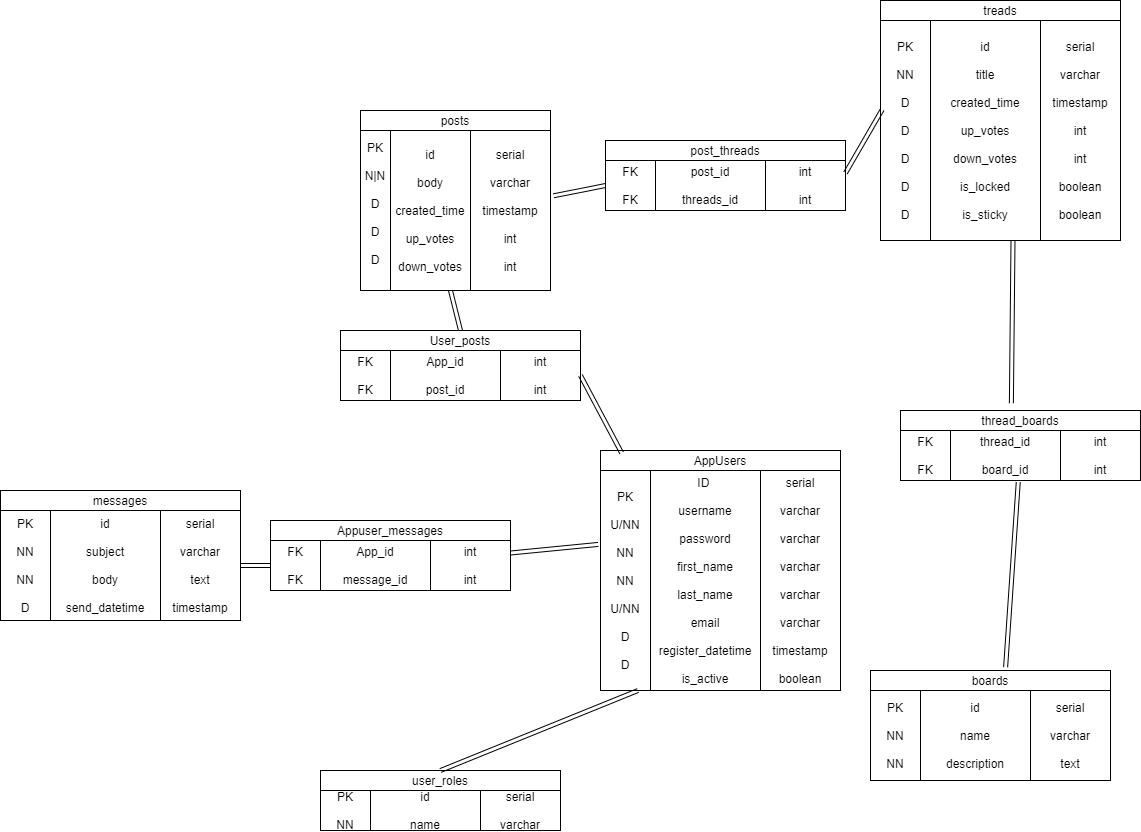
The draw.io diagram SQlChal/sqldraw.png in 210119-java-enterprise/assignments, before a commit. Source tidied: cells renumbered, new cells last; positions are measured from the earlier drawing's top-left corner, leaving out a move shared by most shapes.
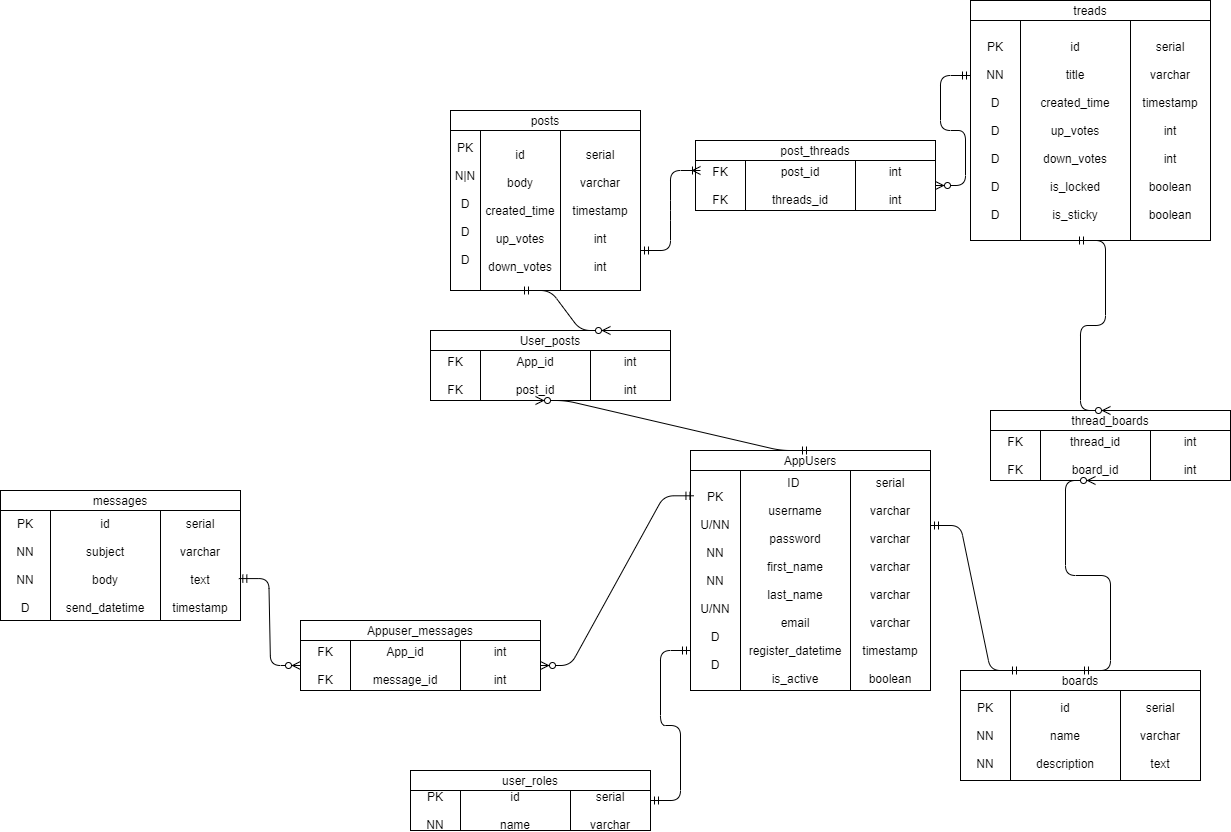
The same diagram one commit later.

Commit message:
not sure if this is right, need more practice

What changed in the source:
```diff
@@ -66,28 +66,28 @@
       <mxGeometry x="480" y="790" width="80" height="40" as="geometry" />
     </mxCell>
     <mxCell id="23" value="messages" style="rounded=0;whiteSpace=wrap;html=1;" parent="1" vertex="1">
-      <mxGeometry y="490" width="240" height="20" as="geometry" />
+      <mxGeometry x="-90" y="490" width="240" height="20" as="geometry" />
     </mxCell>
     <mxCell id="24" value="PK&lt;br&gt;&lt;br&gt;NN&lt;br&gt;&lt;br&gt;NN&lt;br&gt;&lt;br&gt;D" style="rounded=0;whiteSpace=wrap;html=1;" parent="1" vertex="1">
-      <mxGeometry y="510" width="50" height="110" as="geometry" />
+      <mxGeometry x="-90" y="510" width="50" height="110" as="geometry" />
     </mxCell>
     <mxCell id="25" value="id&lt;br&gt;&lt;br&gt;subject&lt;br&gt;&lt;br&gt;body&lt;br&gt;&lt;br&gt;send_datetime" style="rounded=0;whiteSpace=wrap;html=1;" parent="1" vertex="1">
-      <mxGeometry x="50" y="510" width="110" height="110" as="geometry" />
+      <mxGeometry x="-40" y="510" width="110" height="110" as="geometry" />
     </mxCell>
     <mxCell id="26" value="serial&lt;br&gt;&lt;br&gt;varchar&lt;br&gt;&lt;br&gt;text&lt;br&gt;&lt;br&gt;timestamp" style="rounded=0;whiteSpace=wrap;html=1;" parent="1" vertex="1">
-      <mxGeometry x="160" y="510" width="80" height="110" as="geometry" />
+      <mxGeometry x="70" y="510" width="80" height="110" as="geometry" />
     </mxCell>
     <mxCell id="27" value="Appuser_messages" style="rounded=0;whiteSpace=wrap;html=1;" parent="1" vertex="1">
-      <mxGeometry x="270" y="520" width="240" height="20" as="geometry" />
+      <mxGeometry x="210" y="620" width="240" height="20" as="geometry" />
     </mxCell>
     <mxCell id="28" value="FK&lt;br&gt;&lt;br&gt;FK" style="rounded=0;whiteSpace=wrap;html=1;" parent="1" vertex="1">
-      <mxGeometry x="270" y="540" width="50" height="50" as="geometry" />
+      <mxGeometry x="210" y="640" width="50" height="50" as="geometry" />
     </mxCell>
     <mxCell id="29" value="App_id&lt;br&gt;&lt;br&gt;message_id" style="rounded=0;whiteSpace=wrap;html=1;" parent="1" vertex="1">
-      <mxGeometry x="320" y="540" width="110" height="50" as="geometry" />
+      <mxGeometry x="260" y="640" width="110" height="50" as="geometry" />
     </mxCell>
     <mxCell id="30" value="int&lt;br&gt;&lt;br&gt;int" style="rounded=0;whiteSpace=wrap;html=1;" parent="1" vertex="1">
-      <mxGeometry x="430" y="540" width="80" height="50" as="geometry" />
+      <mxGeometry x="370" y="640" width="80" height="50" as="geometry" />
     </mxCell>
     <mxCell id="31" value="User_posts" style="rounded=0;whiteSpace=wrap;html=1;" parent="1" vertex="1">
       <mxGeometry x="340" y="330" width="240" height="20" as="geometry" />
@@ -125,38 +125,40 @@
     <mxCell id="42" value="int&lt;br&gt;&lt;br&gt;int" style="rounded=0;whiteSpace=wrap;html=1;" parent="1" vertex="1">
       <mxGeometry x="1060" y="430" width="80" height="50" as="geometry" />
     </mxCell>
-    <mxCell id="43" style="shape=link;html=1;exitX=1.039;exitY=0.408;exitDx=0;exitDy=0;exitPerimeter=0;entryX=0;entryY=0.5;entryDx=0;entryDy=0;" parent="1" edge="1" source="6" target="36">
-      <mxGeometry relative="1" as="geometry">
-        <Array as="points">
-          <mxPoint x="580" y="190" />
-        </Array>
-      </mxGeometry>
-    </mxCell>
+    <mxCell id="52" style="edgeStyle=entityRelationEdgeStyle;fontSize=12;html=1;endArrow=ERmandOne;startArrow=ERmandOne;exitX=1;exitY=0.25;exitDx=0;exitDy=0;" parent="1" edge="1" source="22">
+      <mxGeometry relative="1" as="geometry">
+        <mxPoint x="600" y="650" as="targetPoint" />
+      </mxGeometry>
+    </mxCell>
+    <mxCell id="53" style="edgeStyle=entityRelationEdgeStyle;fontSize=12;html=1;endArrow=ERzeroToMany;startArrow=ERmandOne;entryX=0;entryY=0.5;entryDx=0;entryDy=0;exitX=0.979;exitY=0.619;exitDx=0;exitDy=0;exitPerimeter=0;" parent="1" edge="1" source="26" target="28">
+      <mxGeometry relative="1" as="geometry" />
+    </mxCell>
+    <mxCell id="54" style="edgeStyle=entityRelationEdgeStyle;fontSize=12;html=1;endArrow=ERzeroToMany;startArrow=ERmandOne;entryX=1;entryY=0.5;entryDx=0;entryDy=0;exitX=0.069;exitY=0.115;exitDx=0;exitDy=0;exitPerimeter=0;" parent="1" edge="1" source="8" target="30">
+      <mxGeometry relative="1" as="geometry" />
+    </mxCell>
+    <mxCell id="55" style="edgeStyle=entityRelationEdgeStyle;fontSize=12;html=1;endArrow=ERzeroToMany;startArrow=ERmandOne;entryX=0.5;entryY=1;entryDx=0;entryDy=0;exitX=0.5;exitY=0;exitDx=0;exitDy=0;" parent="1" edge="1" source="7" target="33">
+      <mxGeometry relative="1" as="geometry" />
+    </mxCell>
-    <mxCell id="44" style="shape=link;html=1;entryX=0.5;entryY=0;entryDx=0;entryDy=0;exitX=0.75;exitY=1;exitDx=0;exitDy=0;" parent="1" edge="1" source="5" target="31">
+    <mxCell id="44" style="edgeStyle=entityRelationEdgeStyle;fontSize=12;html=1;endArrow=ERzeroToMany;startArrow=ERmandOne;entryX=0.75;entryY=0;entryDx=0;entryDy=0;exitX=0.5;exitY=1;exitDx=0;exitDy=0;" parent="1" edge="1" source="5" target="31">
       <mxGeometry relative="1" as="geometry" />
     </mxCell>
-    <mxCell id="45" style="shape=link;html=1;entryX=0.088;entryY=0.121;entryDx=0;entryDy=0;entryPerimeter=0;exitX=1;exitY=0.5;exitDx=0;exitDy=0;" parent="1" edge="1" source="34" target="7">
-      <mxGeometry relative="1" as="geometry" />
-    </mxCell>
-    <mxCell id="46" style="shape=link;html=1;entryX=0.034;entryY=0.405;entryDx=0;entryDy=0;entryPerimeter=0;exitX=1;exitY=0.25;exitDx=0;exitDy=0;" parent="1" edge="1" source="38" target="12">
-      <mxGeometry relative="1" as="geometry" />
-    </mxCell>
-    <mxCell id="47" style="shape=link;html=1;entryX=0.75;entryY=1;entryDx=0;entryDy=0;exitX=0.462;exitY=-0.364;exitDx=0;exitDy=0;exitPerimeter=0;" parent="1" edge="1" source="39" target="13">
-      <mxGeometry relative="1" as="geometry" />
-    </mxCell>
-    <mxCell id="48" style="shape=link;html=1;exitX=0.616;exitY=1.031;exitDx=0;exitDy=0;exitPerimeter=0;entryX=0.563;entryY=-0.164;entryDx=0;entryDy=0;entryPerimeter=0;" parent="1" edge="1" source="41" target="15">
-      <mxGeometry relative="1" as="geometry" />
-    </mxCell>
-    <mxCell id="49" style="shape=link;html=1;entryX=-0.046;entryY=0.336;entryDx=0;entryDy=0;entryPerimeter=0;exitX=1;exitY=0.25;exitDx=0;exitDy=0;" parent="1" edge="1" source="30" target="8">
-      <mxGeometry relative="1" as="geometry" />
-    </mxCell>
-    <mxCell id="50" style="shape=link;html=1;" parent="1" edge="1" source="26">
-      <mxGeometry relative="1" as="geometry">
-        <mxPoint x="270" y="565" as="targetPoint" />
-      </mxGeometry>
-    </mxCell>
-    <mxCell id="51" style="shape=link;html=1;exitX=0.5;exitY=0;exitDx=0;exitDy=0;entryX=0.75;entryY=1;entryDx=0;entryDy=0;" parent="1" edge="1" source="19" target="8">
-      <mxGeometry relative="1" as="geometry" />
-    </mxCell>
+    <mxCell id="56" style="edgeStyle=entityRelationEdgeStyle;fontSize=12;html=1;endArrow=ERoneToMany;startArrow=ERmandOne;" parent="1" edge="1">
+      <mxGeometry relative="1" as="geometry">
+        <mxPoint x="550" y="250" as="sourcePoint" />
+        <mxPoint x="610" y="170" as="targetPoint" />
+      </mxGeometry>
+    </mxCell>
+    <mxCell id="57" style="edgeStyle=entityRelationEdgeStyle;fontSize=12;html=1;endArrow=ERmandOne;startArrow=ERmandOne;exitX=0.25;exitY=0;exitDx=0;exitDy=0;entryX=1;entryY=0.25;entryDx=0;entryDy=0;" parent="1" edge="1" source="15" target="10">
+      <mxGeometry relative="1" as="geometry" />
+    </mxCell>
+    <mxCell id="58" style="edgeStyle=entityRelationEdgeStyle;fontSize=12;html=1;endArrow=ERzeroToMany;startArrow=ERmandOne;entryX=0.5;entryY=1;entryDx=0;entryDy=0;exitX=0.5;exitY=0;exitDx=0;exitDy=0;" parent="1" edge="1" source="15" target="41">
+      <mxGeometry relative="1" as="geometry" />
+    </mxCell>
+    <mxCell id="59" style="edgeStyle=entityRelationEdgeStyle;fontSize=12;html=1;endArrow=ERzeroToMany;startArrow=ERmandOne;entryX=0.5;entryY=0;entryDx=0;entryDy=0;exitX=0.5;exitY=1;exitDx=0;exitDy=0;" parent="1" edge="1" source="13" target="39">
+      <mxGeometry relative="1" as="geometry" />
+    </mxCell>
+    <mxCell id="60" style="edgeStyle=entityRelationEdgeStyle;fontSize=12;html=1;endArrow=ERzeroToMany;startArrow=ERmandOne;entryX=1;entryY=0.5;entryDx=0;entryDy=0;exitX=0;exitY=0.25;exitDx=0;exitDy=0;" parent="1" edge="1" source="12" target="38">
+      <mxGeometry relative="1" as="geometry" />
+    </mxCell>
   </root>
 </mxGraphModel>
```
